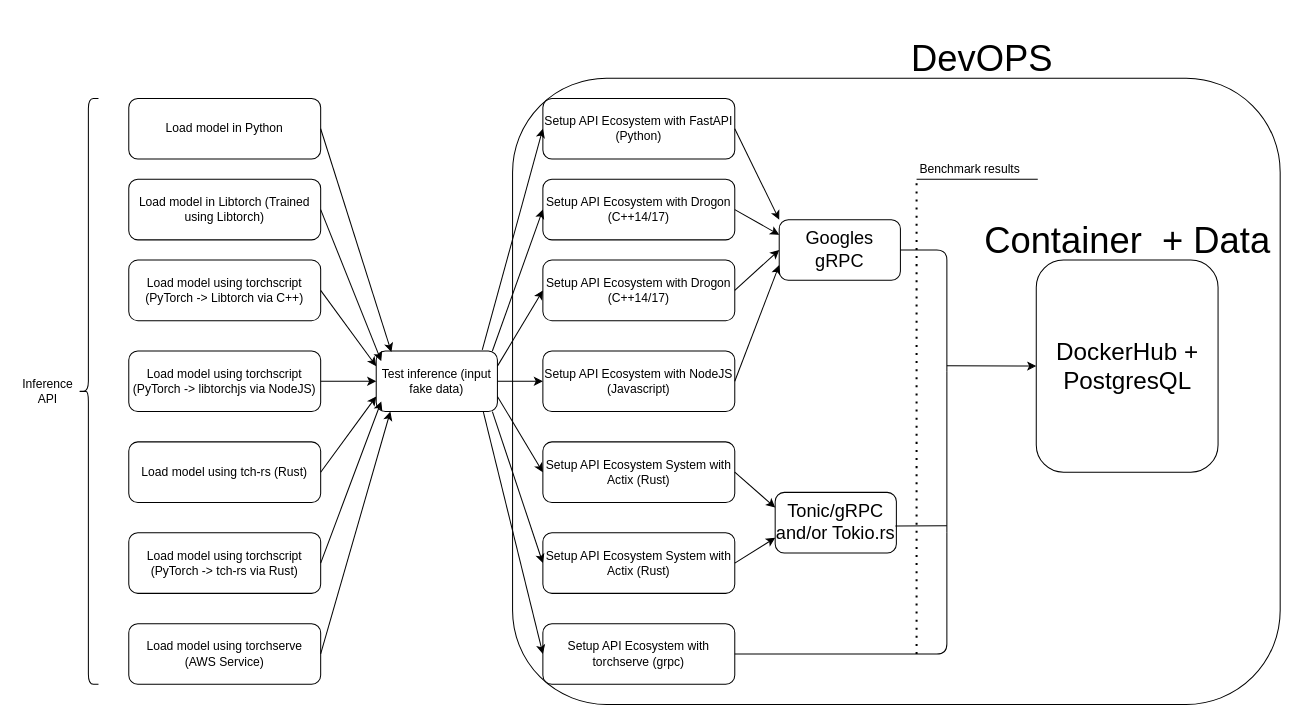
rchavezj/tch-rs-serving keeps this draw.io diagram as 03_pytorch_tch-rs/PyTorch_DevOps_Workflow.drawio. Above is the earlier version. Source tidied: cells renumbered, new cells numbered last; positions are measured from the earlier drawing's top-left corner, leaving out a move shared by most shapes. Both pictures are drawn from the tidied source at 101%, with x=0, y=0 at pixel (17, 47).
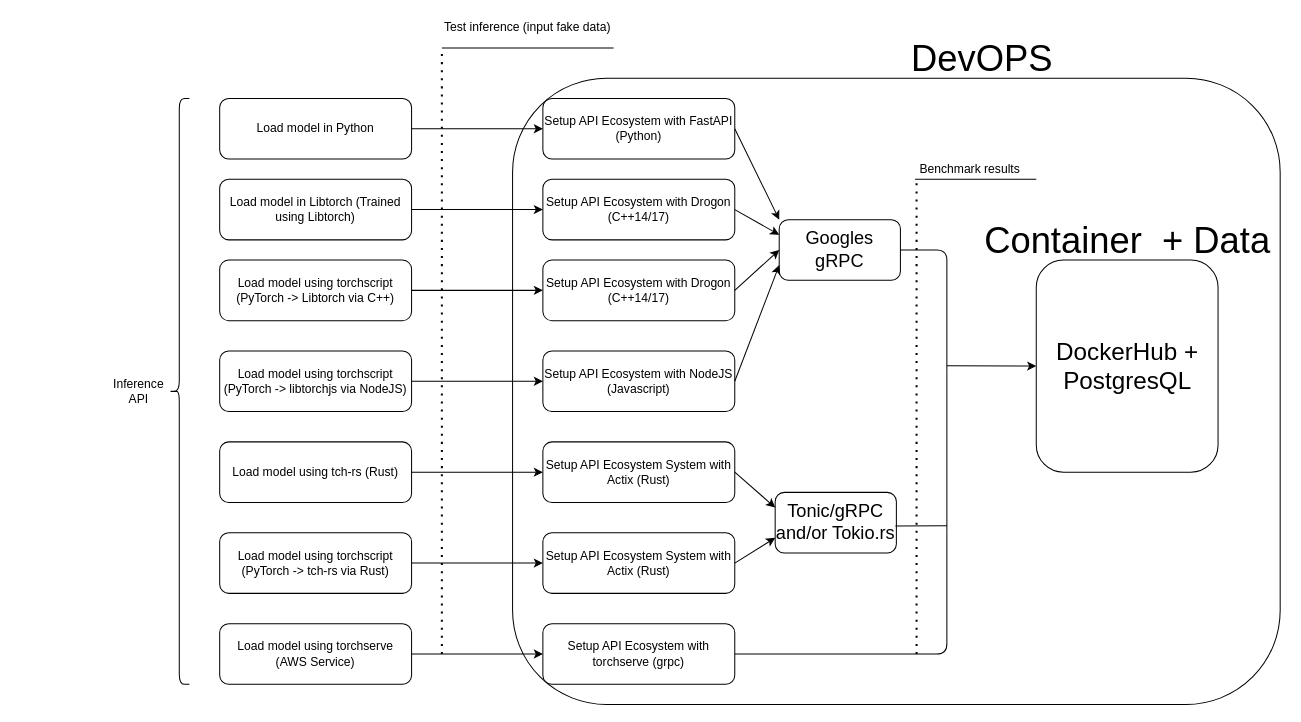
The same page after the edit.

The change refers to these unchanged cells:
```xml
<mxCell id="11" value="Setup API Ecosystem with FastAPI (Python)" style="rounded=1;whiteSpace=wrap;html=1;" parent="1" vertex="1">
  <mxGeometry x="520" y="50" width="190" height="60" as="geometry" />
</mxCell>
<mxCell id="12" value="Setup API Ecosystem with Drogon (C++14/17)" style="rounded=1;whiteSpace=wrap;html=1;" parent="1" vertex="1">
  <mxGeometry x="520" y="130" width="190" height="60" as="geometry" />
</mxCell>
<mxCell id="13" value="Setup API Ecosystem with Drogon (C++14/17)" style="rounded=1;whiteSpace=wrap;html=1;" parent="1" vertex="1">
  <mxGeometry x="520" y="210" width="190" height="60" as="geometry" />
</mxCell>
<mxCell id="14" value="Setup API Ecosystem with NodeJS (Javascript)" style="rounded=1;whiteSpace=wrap;html=1;" parent="1" vertex="1">
  <mxGeometry x="520" y="300" width="190" height="60" as="geometry" />
</mxCell>
<mxCell id="15" value="Setup API Ecosystem&amp;nbsp;System with Actix (Rust)" style="rounded=1;whiteSpace=wrap;html=1;" parent="1" vertex="1">
  <mxGeometry x="520" y="390" width="190" height="60" as="geometry" />
</mxCell>
<mxCell id="16" value="Setup API Ecosystem&amp;nbsp;System with Actix (Rust)" style="rounded=1;whiteSpace=wrap;html=1;" parent="1" vertex="1">
  <mxGeometry x="520" y="480" width="190" height="60" as="geometry" />
</mxCell>
<mxCell id="18" value="Setup API Ecosystem&amp;nbsp;with torchserve (grpc)" style="rounded=1;whiteSpace=wrap;html=1;" parent="1" vertex="1">
  <mxGeometry x="520" y="570" width="190" height="60" as="geometry" />
</mxCell>
```

What changed in the source:
```diff
@@
     <mxCell id="3" style="shape=curlyBracket;whiteSpace=wrap;html=1;rounded=1;" parent="1" vertex="1">
-      <mxGeometry x="60" y="50" width="20" height="580" as="geometry" />
+      <mxGeometry x="150" y="50" width="20" height="580" as="geometry" />
     </mxCell>
     <mxCell id="4" value="Inference API" style="text;html=1;strokeColor=none;fillColor=none;align=center;verticalAlign=middle;whiteSpace=wrap;rounded=0;" parent="1" vertex="1">
-      <mxGeometry y="330" width="60" height="20" as="geometry" />
+      <mxGeometry x="90" y="330" width="60" height="20" as="geometry" />
     </mxCell>
     <mxCell id="5" value="Load model in Python" style="rounded=1;whiteSpace=wrap;html=1;" parent="1" vertex="1">
-      <mxGeometry x="110" y="50" width="190" height="60" as="geometry" />
+      <mxGeometry x="200" y="50" width="190" height="60" as="geometry" />
     </mxCell>
     <mxCell id="6" value="Load model using torchscript (PyTorch -&amp;gt; Libtorch via C++)" style="rounded=1;whiteSpace=wrap;html=1;" parent="1" vertex="1">
-      <mxGeometry x="110" y="210" width="190" height="60" as="geometry" />
+      <mxGeometry x="200" y="210" width="190" height="60" as="geometry" />
     </mxCell>
     <mxCell id="7" value="Load model using&amp;nbsp;torchscript (PyTorch -&amp;gt; libtorchjs via NodeJS)" style="rounded=1;whiteSpace=wrap;html=1;" parent="1" vertex="1">
-      <mxGeometry x="110" y="300" width="190" height="60" as="geometry" />
+      <mxGeometry x="200" y="300" width="190" height="60" as="geometry" />
     </mxCell>
     <mxCell id="8" value="Load model using tch-rs (Rust)" style="rounded=1;whiteSpace=wrap;html=1;" parent="1" vertex="1">
-      <mxGeometry x="110" y="390" width="190" height="60" as="geometry" />
+      <mxGeometry x="200" y="390" width="190" height="60" as="geometry" />
     </mxCell>
     <mxCell id="9" value="Load model in Libtorch (Trained using Libtorch)" style="rounded=1;whiteSpace=wrap;html=1;" parent="1" vertex="1">
-      <mxGeometry x="110" y="130" width="190" height="60" as="geometry" />
+      <mxGeometry x="200" y="130" width="190" height="60" as="geometry" />
     </mxCell>
     <mxCell id="10" value="Load model using torchscript (PyTorch -&amp;gt; tch-rs via Rust)" style="rounded=1;whiteSpace=wrap;html=1;" parent="1" vertex="1">
-      <mxGeometry x="110" y="480" width="190" height="60" as="geometry" />
+      <mxGeometry x="200" y="480" width="190" height="60" as="geometry" />
     </mxCell>
@@
     <mxCell id="17" value="Load model using torchserve (AWS Service)" style="rounded=1;whiteSpace=wrap;html=1;" parent="1" vertex="1">
-      <mxGeometry x="110" y="570" width="190" height="60" as="geometry" />
+      <mxGeometry x="200" y="570" width="190" height="60" as="geometry" />
     </mxCell>
@@
-    <mxCell id="19" value="Test inference (input fake data)" style="rounded=1;whiteSpace=wrap;html=1;" parent="1" vertex="1">
-      <mxGeometry x="355" y="300" width="120" height="60" as="geometry" />
-    </mxCell>
-    <mxCell id="20" style="endArrow=classic;html=1;exitX=1;exitY=0.5;exitDx=0;exitDy=0;entryX=0.125;entryY=0.017;entryDx=0;entryDy=0;entryPerimeter=0;" parent="1" edge="1" source="5" target="19">
+    <mxCell id="20" style="endArrow=classic;html=1;exitX=1;exitY=0.5;exitDx=0;exitDy=0;entryX=0;entryY=0.5;entryDx=0;entryDy=0;" parent="1" edge="1" source="5" target="11">
       <mxGeometry relative="1" as="geometry" />
     </mxCell>
-    <mxCell id="21" style="endArrow=classic;html=1;exitX=1;exitY=0.5;exitDx=0;exitDy=0;" parent="1" edge="1" source="9">
-      <mxGeometry relative="1" as="geometry">
-        <mxPoint x="360" y="310" as="targetPoint" />
-      </mxGeometry>
+    <mxCell id="21" style="endArrow=classic;html=1;exitX=1;exitY=0.5;exitDx=0;exitDy=0;entryX=0;entryY=0.5;entryDx=0;entryDy=0;" parent="1" edge="1" source="9" target="12">
+      <mxGeometry relative="1" as="geometry" />
     </mxCell>
-    <mxCell id="22" style="endArrow=classic;html=1;exitX=1;exitY=0.5;exitDx=0;exitDy=0;entryX=0;entryY=0.25;entryDx=0;entryDy=0;" parent="1" edge="1" source="6" target="19">
+    <mxCell id="22" style="endArrow=classic;html=1;exitX=1;exitY=0.5;exitDx=0;exitDy=0;entryX=0;entryY=0.5;entryDx=0;entryDy=0;" parent="1" edge="1" source="6" target="13">
       <mxGeometry relative="1" as="geometry" />
     </mxCell>
-    <mxCell id="23" style="endArrow=classic;html=1;exitX=1;exitY=0.5;exitDx=0;exitDy=0;entryX=0;entryY=0.75;entryDx=0;entryDy=0;" parent="1" edge="1" source="8" target="19">
+    <mxCell id="23" style="endArrow=classic;html=1;exitX=1;exitY=0.5;exitDx=0;exitDy=0;entryX=0;entryY=0.5;entryDx=0;entryDy=0;" parent="1" edge="1" source="8" target="15">
       <mxGeometry relative="1" as="geometry" />
     </mxCell>
-    <mxCell id="24" style="endArrow=classic;html=1;exitX=1;exitY=0.5;exitDx=0;exitDy=0;" parent="1" edge="1" source="10">
-      <mxGeometry relative="1" as="geometry">
-        <mxPoint x="360" y="350" as="targetPoint" />
-      </mxGeometry>
+    <mxCell id="24" style="endArrow=classic;html=1;exitX=1;exitY=0.5;exitDx=0;exitDy=0;entryX=0;entryY=0.5;entryDx=0;entryDy=0;" parent="1" edge="1" source="10" target="16">
+      <mxGeometry relative="1" as="geometry" />
     </mxCell>
-    <mxCell id="25" style="endArrow=classic;html=1;exitX=1;exitY=0.5;exitDx=0;exitDy=0;" parent="1" edge="1" source="17">
-      <mxGeometry relative="1" as="geometry">
-        <mxPoint x="369" y="360" as="targetPoint" />
-      </mxGeometry>
+    <mxCell id="25" style="endArrow=classic;html=1;exitX=1;exitY=0.5;exitDx=0;exitDy=0;entryX=0;entryY=0.5;entryDx=0;entryDy=0;" parent="1" edge="1" source="17" target="18">
+      <mxGeometry relative="1" as="geometry" />
     </mxCell>
-    <mxCell id="26" style="endArrow=classic;html=1;entryX=0;entryY=0.5;entryDx=0;entryDy=0;exitX=0.875;exitY=-0.017;exitDx=0;exitDy=0;exitPerimeter=0;" parent="1" edge="1" source="19" target="11">
-      <mxGeometry relative="1" as="geometry" />
-    </mxCell>
-    <mxCell id="27" style="endArrow=classic;html=1;entryX=0;entryY=0.5;entryDx=0;entryDy=0;" parent="1" edge="1" target="12">
-      <mxGeometry relative="1" as="geometry">
-        <mxPoint x="470" y="300" as="sourcePoint" />
-      </mxGeometry>
-    </mxCell>
-    <mxCell id="28" style="endArrow=classic;html=1;entryX=0;entryY=0.5;entryDx=0;entryDy=0;exitX=1;exitY=0.25;exitDx=0;exitDy=0;" parent="1" edge="1" source="19" target="13">
-      <mxGeometry relative="1" as="geometry" />
-    </mxCell>
-    <mxCell id="29" style="endArrow=classic;html=1;entryX=0;entryY=0.5;entryDx=0;entryDy=0;exitX=1;exitY=0.5;exitDx=0;exitDy=0;" parent="1" edge="1" source="19" target="14">
-      <mxGeometry relative="1" as="geometry" />
-    </mxCell>
-    <mxCell id="30" style="endArrow=classic;html=1;entryX=0;entryY=0.5;entryDx=0;entryDy=0;exitX=1;exitY=0.75;exitDx=0;exitDy=0;" parent="1" edge="1" source="19" target="15">
-      <mxGeometry relative="1" as="geometry" />
-    </mxCell>
-    <mxCell id="31" style="endArrow=classic;html=1;entryX=0;entryY=0.5;entryDx=0;entryDy=0;" parent="1" edge="1" target="16">
-      <mxGeometry relative="1" as="geometry">
-        <mxPoint x="470" y="360" as="sourcePoint" />
-      </mxGeometry>
-    </mxCell>
-    <mxCell id="32" style="endArrow=classic;html=1;entryX=0;entryY=0.5;entryDx=0;entryDy=0;" parent="1" edge="1" target="18">
-      <mxGeometry relative="1" as="geometry">
-        <mxPoint x="461" y="360" as="sourcePoint" />
-      </mxGeometry>
-    </mxCell>
-    <mxCell id="33" style="endArrow=classic;html=1;exitX=1;exitY=0.5;exitDx=0;exitDy=0;entryX=0;entryY=0.5;entryDx=0;entryDy=0;" parent="1" edge="1" source="7" target="19">
+    <mxCell id="33" style="endArrow=classic;html=1;exitX=1;exitY=0.5;exitDx=0;exitDy=0;entryX=0;entryY=0.5;entryDx=0;entryDy=0;" parent="1" edge="1" source="7" target="14">
       <mxGeometry relative="1" as="geometry" />
     </mxCell>
@@
     <mxCell id="51" style="endArrow=none;html=1;" parent="1" edge="1">
       <mxGeometry relative="1" as="geometry">
-        <mxPoint x="890" y="130" as="sourcePoint" />
-        <mxPoint x="1010" y="130" as="targetPoint" />
+        <mxPoint x="420" as="sourcePoint" />
+        <mxPoint x="590" as="targetPoint" />
         <Array as="points">
-          <mxPoint x="900" y="130" />
+          <mxPoint x="430" />
         </Array>
       </mxGeometry>
     </mxCell>
@@
+    <mxCell id="53" style="endArrow=none;dashed=1;html=1;dashPattern=1 3;strokeWidth=2;" parent="1" edge="1">
+      <mxGeometry relative="1" as="geometry">
+        <mxPoint x="420" y="600" as="sourcePoint" />
+        <mxPoint x="420" as="targetPoint" />
+      </mxGeometry>
+    </mxCell>
+    <mxCell id="19" value="Test inference (input fake data)" style="text;html=1;strokeColor=none;fillColor=none;align=center;verticalAlign=middle;whiteSpace=wrap;rounded=0;" parent="1" vertex="1">
+      <mxGeometry x="420" y="-30" width="170" height="20" as="geometry" />
+    </mxCell>
+    <mxCell id="54" style="endArrow=none;html=1;" parent="1" edge="1">
+      <mxGeometry relative="1" as="geometry">
+        <mxPoint x="888.5" y="130" as="sourcePoint" />
+        <mxPoint x="1008.5" y="130" as="targetPoint" />
+        <Array as="points">
+          <mxPoint x="898.5" y="130" />
+        </Array>
+      </mxGeometry>
+    </mxCell>
```
